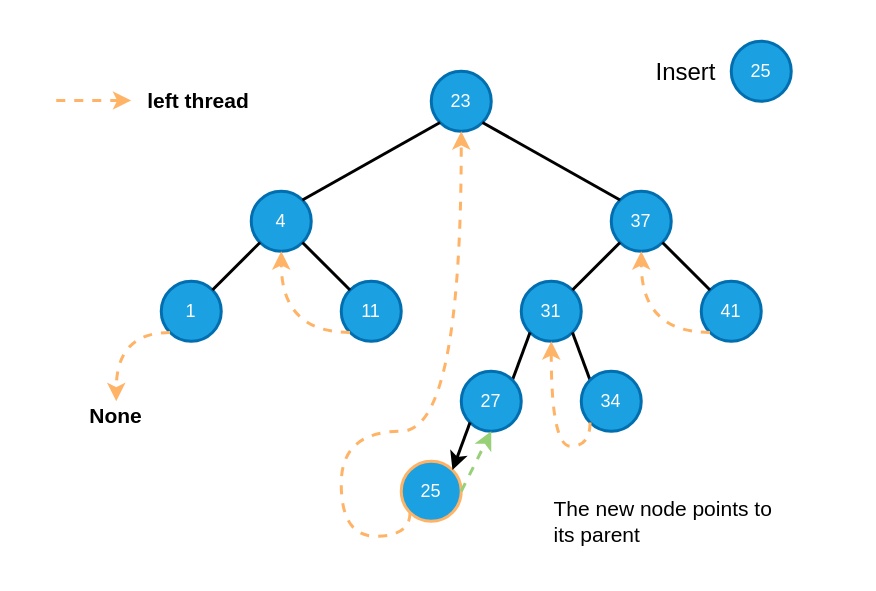
This is page "06" (6 of 14) of diagrams/left_tbst_insert.drawio from shunsvineyard/pyforest, a draw.io file, before an edit. Source tidied: cells renumbered, new cells numbered last; positions are measured from the earlier drawing's top-left corner, leaving out a move shared by most shapes. Both pictures are drawn from the tidied source at 150%, with x=0, y=0 at pixel (26, 26).
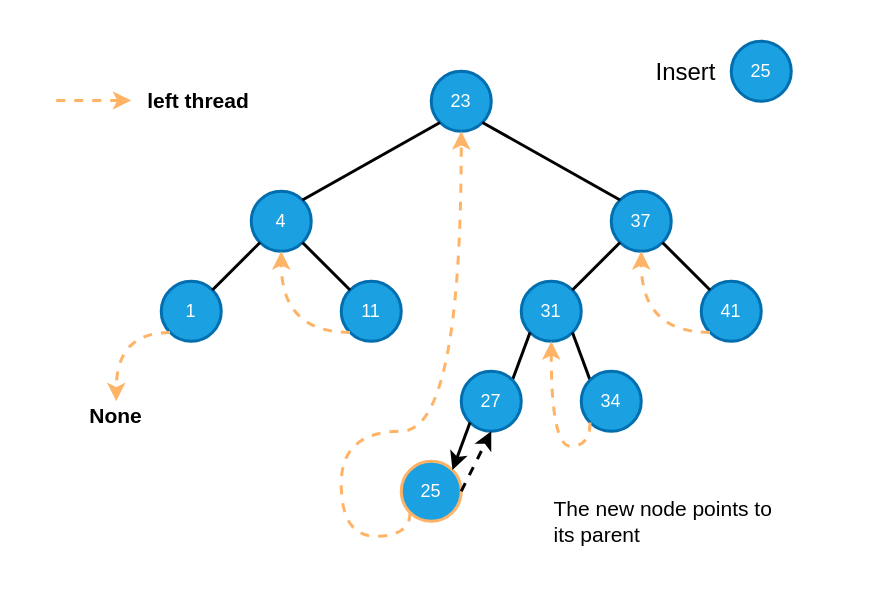
After the change.

Unchanged cells that the change refers to:
```xml
<mxCell id="25" value="27" style="ellipse;whiteSpace=wrap;html=1;strokeColor=#006EAF;strokeWidth=2;fillColor=#1ba1e2;fontColor=#ffffff;" parent="1" vertex="1">
  <mxGeometry x="290" y="230" width="40" height="40" as="geometry" />
</mxCell>
<mxCell id="29" value="25" style="ellipse;whiteSpace=wrap;html=1;strokeColor=#FFB366;strokeWidth=2;fillColor=#1ba1e2;fontColor=#ffffff;" parent="1" vertex="1">
  <mxGeometry x="250" y="290" width="40" height="40" as="geometry" />
</mxCell>
```

The edit, as a diff of the source:
```diff
@@
-    <mxCell id="32" style="endArrow=classic;html=1;dashed=1;strokeColor=#97D077;strokeWidth=2;exitX=1;exitY=0.5;exitDx=0;exitDy=0;entryX=0.5;entryY=1;entryDx=0;entryDy=0;" parent="1" edge="1" source="29" target="25">
+    <mxCell id="32" style="endArrow=classic;html=1;dashed=1;strokeColor=#000000;strokeWidth=2;exitX=1;exitY=0.5;exitDx=0;exitDy=0;entryX=0.5;entryY=1;entryDx=0;entryDy=0;" parent="1" edge="1" source="29" target="25">
       <mxGeometry relative="1" as="geometry" />
     </mxCell>
```
